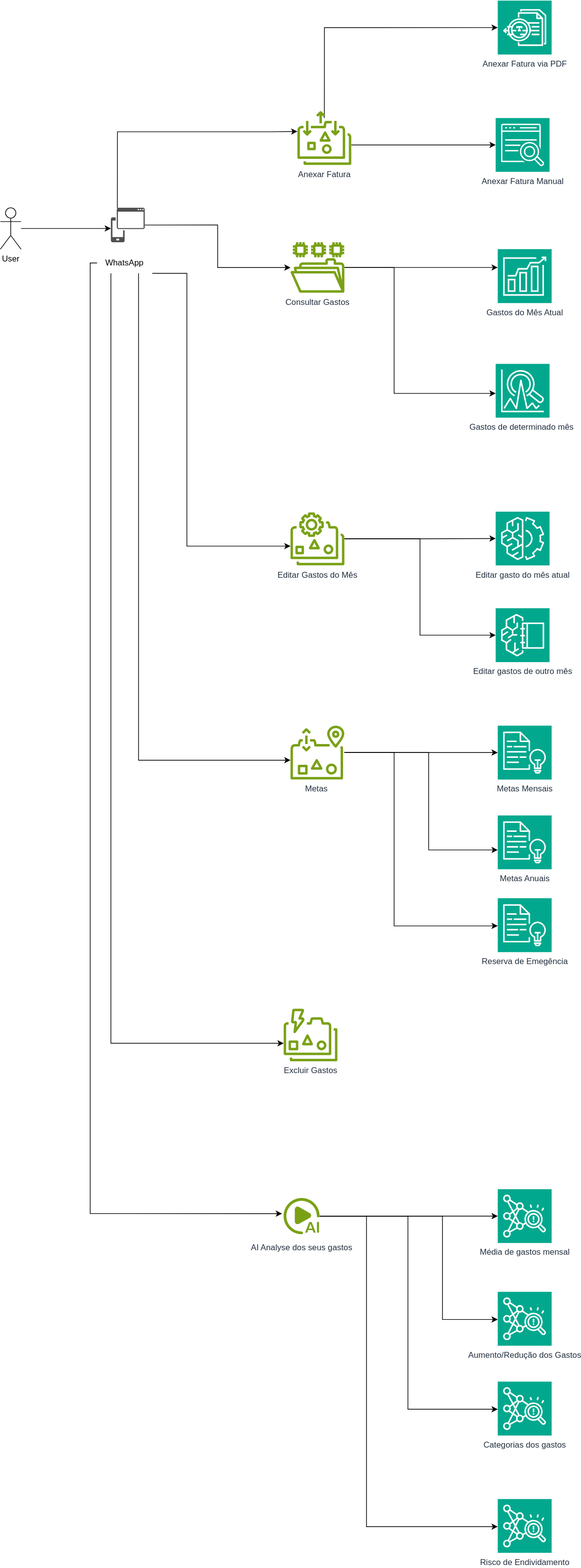
This is imgs/diagramFunctionalites.svg from alexandrelpgillet/Finantial.AI, a draw.io export, as it was before one commit. Source tidied: cells renumbered, new cells last; positions are measured from the earlier drawing's top-left corner, leaving out a move shared by most shapes.
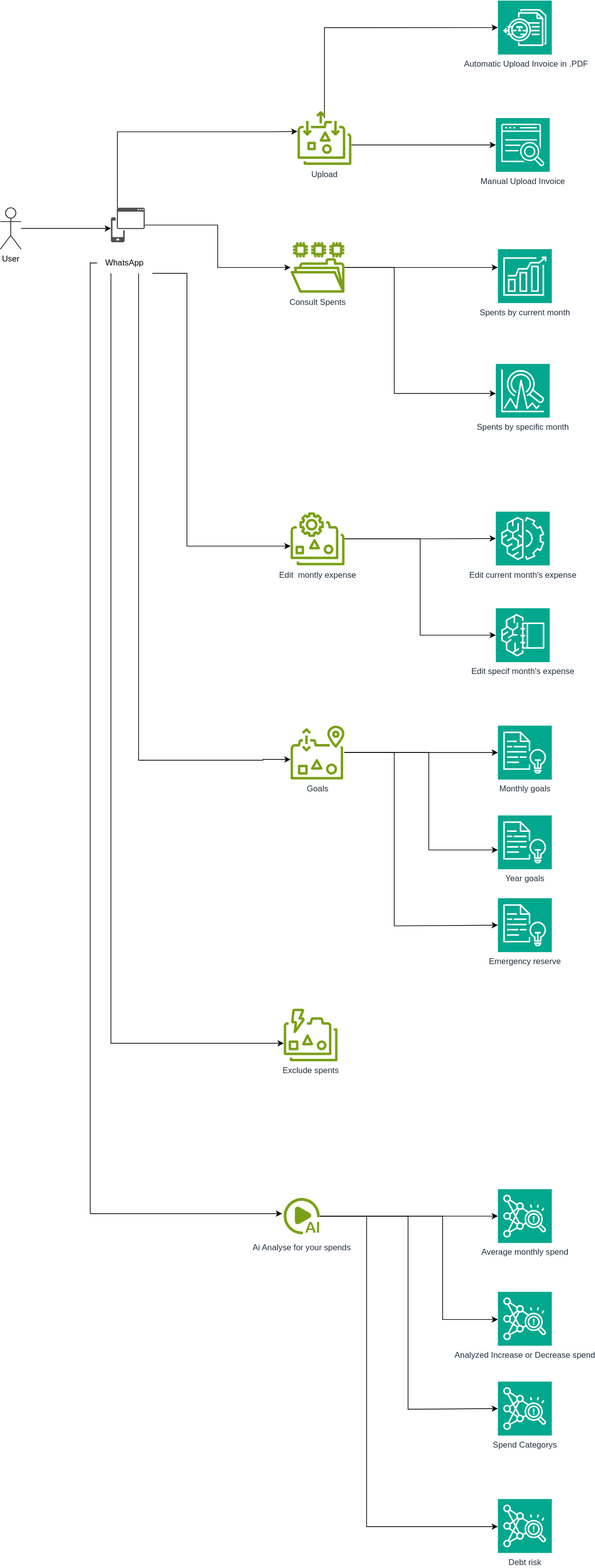
After the change.

Commit message:
update  diagram about the software's functionalities, switch language (OLD language = pt-br , NEW languague = EN )

Change to the diagram source:
```diff
@@ -86,3 +86,3 @@
     </mxCell>
-    <mxCell id="15" value="Consultar Gastos" style="sketch=0;outlineConnect=0;fontColor=#232F3E;gradientColor=none;fillColor=#7AA116;strokeColor=none;dashed=0;verticalLabelPosition=bottom;verticalAlign=top;align=center;html=1;fontSize=12;fontStyle=0;shape=mxgraph.aws4.file_system;rounded=1;arcSize=50;fontFamily=Helvetica;labelBackgroundColor=none;" parent="1" vertex="1">
+    <mxCell id="15" value="Consult Spents" style="sketch=0;outlineConnect=0;fontColor=#232F3E;gradientColor=none;fillColor=#7AA116;strokeColor=none;dashed=0;verticalLabelPosition=bottom;verticalAlign=top;align=center;html=1;fontSize=12;fontStyle=0;shape=mxgraph.aws4.file_system;rounded=1;arcSize=50;fontFamily=Helvetica;labelBackgroundColor=none;" parent="1" vertex="1">
       <mxGeometry x="420" y="350" width="78" height="73" as="geometry" />
@@ -95,27 +95,27 @@
     </mxCell>
-    <mxCell id="18" value="Editar Gastos do Mês" style="sketch=0;outlineConnect=0;fontColor=#232F3E;gradientColor=none;fillColor=#7AA116;strokeColor=none;dashed=0;verticalLabelPosition=bottom;verticalAlign=top;align=center;html=1;fontSize=12;fontStyle=0;shape=mxgraph.aws4.elastic_file_system_intelligent_tiering;rounded=1;arcSize=50;fontFamily=Helvetica;labelBackgroundColor=none;" parent="1" vertex="1">
+    <mxCell id="18" value="Edit&amp;nbsp; montly&amp;nbsp;expense" style="sketch=0;outlineConnect=0;fontColor=#232F3E;gradientColor=none;fillColor=#7AA116;strokeColor=none;dashed=0;verticalLabelPosition=bottom;verticalAlign=top;align=center;html=1;fontSize=12;fontStyle=0;shape=mxgraph.aws4.elastic_file_system_intelligent_tiering;rounded=1;arcSize=50;fontFamily=Helvetica;labelBackgroundColor=none;" parent="1" vertex="1">
       <mxGeometry x="420" y="741" width="78" height="77" as="geometry" />
     </mxCell>
-    <mxCell id="19" value="Anexar Fatura Manual" style="sketch=0;points=[[0,0,0],[0.25,0,0],[0.5,0,0],[0.75,0,0],[1,0,0],[0,1,0],[0.25,1,0],[0.5,1,0],[0.75,1,0],[1,1,0],[0,0.25,0],[0,0.5,0],[0,0.75,0],[1,0.25,0],[1,0.5,0],[1,0.75,0]];outlineConnect=0;fontColor=#232F3E;fillColor=#01A88D;strokeColor=#ffffff;dashed=0;verticalLabelPosition=bottom;verticalAlign=top;align=center;html=1;fontSize=12;fontStyle=0;shape=mxgraph.aws4.resourceIcon;resIcon=mxgraph.aws4.kendra;rounded=1;arcSize=50;fontFamily=Helvetica;labelBackgroundColor=none;" parent="1" vertex="1">
+    <mxCell id="19" value="Manual Upload Invoice" style="sketch=0;points=[[0,0,0],[0.25,0,0],[0.5,0,0],[0.75,0,0],[1,0,0],[0,1,0],[0.25,1,0],[0.5,1,0],[0.75,1,0],[1,1,0],[0,0.25,0],[0,0.5,0],[0,0.75,0],[1,0.25,0],[1,0.5,0],[1,0.75,0]];outlineConnect=0;fontColor=#232F3E;fillColor=#01A88D;strokeColor=#ffffff;dashed=0;verticalLabelPosition=bottom;verticalAlign=top;align=center;html=1;fontSize=12;fontStyle=0;shape=mxgraph.aws4.resourceIcon;resIcon=mxgraph.aws4.kendra;rounded=1;arcSize=50;fontFamily=Helvetica;labelBackgroundColor=none;" parent="1" vertex="1">
       <mxGeometry x="717" y="170" width="78" height="78" as="geometry" />
     </mxCell>
-    <mxCell id="20" value="Gastos do Mês Atual" style="sketch=0;fontColor=#232F3E;fillColor=#01A88D;strokeColor=#ffffff;dashed=0;verticalLabelPosition=bottom;verticalAlign=top;align=center;html=1;fontSize=12;fontStyle=0;shape=mxgraph.aws4.resourceIcon;resIcon=mxgraph.aws4.forecast;rounded=1;arcSize=50;fontFamily=Helvetica;labelBackgroundColor=none;" parent="1" vertex="1">
+    <mxCell id="20" value="Spents by current month" style="sketch=0;fontColor=#232F3E;fillColor=#01A88D;strokeColor=#ffffff;dashed=0;verticalLabelPosition=bottom;verticalAlign=top;align=center;html=1;fontSize=12;fontStyle=0;shape=mxgraph.aws4.resourceIcon;resIcon=mxgraph.aws4.forecast;rounded=1;arcSize=50;fontFamily=Helvetica;labelBackgroundColor=none;" parent="1" vertex="1">
       <mxGeometry x="720" y="360" width="78" height="78" as="geometry" />
     </mxCell>
-    <mxCell id="21" value="Anexar Fatura" style="sketch=0;fontColor=#232F3E;gradientColor=none;fillColor=#7AA116;strokeColor=none;dashed=0;verticalLabelPosition=bottom;verticalAlign=top;align=center;html=1;fontSize=12;fontStyle=0;shape=mxgraph.aws4.elastic_file_system_standard;rounded=1;arcSize=50;fontFamily=Helvetica;labelBackgroundColor=none;" parent="1" vertex="1">
+    <mxCell id="21" value="Upload" style="sketch=0;fontColor=#232F3E;gradientColor=none;fillColor=#7AA116;strokeColor=none;dashed=0;verticalLabelPosition=bottom;verticalAlign=top;align=center;html=1;fontSize=12;fontStyle=0;shape=mxgraph.aws4.elastic_file_system_standard;rounded=1;arcSize=50;fontFamily=Helvetica;labelBackgroundColor=none;" parent="1" vertex="1">
       <mxGeometry x="430" y="160" width="78" height="78" as="geometry" />
     </mxCell>
-    <mxCell id="22" value="Anexar Fatura via PDF" style="sketch=0;fontColor=#232F3E;fillColor=#01A88D;strokeColor=#ffffff;dashed=0;verticalLabelPosition=bottom;verticalAlign=top;align=center;html=1;fontSize=12;fontStyle=0;shape=mxgraph.aws4.resourceIcon;resIcon=mxgraph.aws4.textract;rounded=1;arcSize=50;fontFamily=Helvetica;labelBackgroundColor=none;" parent="1" vertex="1">
+    <mxCell id="22" value="&amp;nbsp;Automatic Upload Invoice in .PDF" style="sketch=0;fontColor=#232F3E;fillColor=#01A88D;strokeColor=#ffffff;dashed=0;verticalLabelPosition=bottom;verticalAlign=top;align=center;html=1;fontSize=12;fontStyle=0;shape=mxgraph.aws4.resourceIcon;resIcon=mxgraph.aws4.textract;rounded=1;arcSize=50;fontFamily=Helvetica;labelBackgroundColor=none;" parent="1" vertex="1">
       <mxGeometry x="720" width="78" height="78" as="geometry" />
     </mxCell>
-    <mxCell id="23" value="Gastos de determinado mês&amp;nbsp;" style="sketch=0;points=[[0,0,0],[0.25,0,0],[0.5,0,0],[0.75,0,0],[1,0,0],[0,1,0],[0.25,1,0],[0.5,1,0],[0.75,1,0],[1,1,0],[0,0.25,0],[0,0.5,0],[0,0.75,0],[1,0.25,0],[1,0.5,0],[1,0.75,0]];outlineConnect=0;fontColor=#232F3E;fillColor=#01A88D;strokeColor=#ffffff;dashed=0;verticalLabelPosition=bottom;verticalAlign=top;align=center;html=1;fontSize=12;fontStyle=0;shape=mxgraph.aws4.resourceIcon;resIcon=mxgraph.aws4.lookout_for_metrics;rounded=1;arcSize=50;fontFamily=Helvetica;labelBackgroundColor=none;" parent="1" vertex="1">
+    <mxCell id="23" value="Spents by specific month" style="sketch=0;points=[[0,0,0],[0.25,0,0],[0.5,0,0],[0.75,0,0],[1,0,0],[0,1,0],[0.25,1,0],[0.5,1,0],[0.75,1,0],[1,1,0],[0,0.25,0],[0,0.5,0],[0,0.75,0],[1,0.25,0],[1,0.5,0],[1,0.75,0]];outlineConnect=0;fontColor=#232F3E;fillColor=#01A88D;strokeColor=#ffffff;dashed=0;verticalLabelPosition=bottom;verticalAlign=top;align=center;html=1;fontSize=12;fontStyle=0;shape=mxgraph.aws4.resourceIcon;resIcon=mxgraph.aws4.lookout_for_metrics;rounded=1;arcSize=50;fontFamily=Helvetica;labelBackgroundColor=none;" parent="1" vertex="1">
       <mxGeometry x="717" y="526" width="78" height="78" as="geometry" />
     </mxCell>
-    <mxCell id="24" value="Editar gasto do mês atual" style="sketch=0;points=[[0,0,0],[0.25,0,0],[0.5,0,0],[0.75,0,0],[1,0,0],[0,1,0],[0.25,1,0],[0.5,1,0],[0.75,1,0],[1,1,0],[0,0.25,0],[0,0.5,0],[0,0.75,0],[1,0.25,0],[1,0.5,0],[1,0.75,0]];outlineConnect=0;fontColor=#232F3E;fillColor=#01A88D;strokeColor=#ffffff;dashed=0;verticalLabelPosition=bottom;verticalAlign=top;align=center;html=1;fontSize=12;fontStyle=0;shape=mxgraph.aws4.resourceIcon;resIcon=mxgraph.aws4.machine_learning;rounded=1;arcSize=50;fontFamily=Helvetica;labelBackgroundColor=none;" parent="1" vertex="1">
+    <mxCell id="24" value="Edit current month's expense" style="sketch=0;points=[[0,0,0],[0.25,0,0],[0.5,0,0],[0.75,0,0],[1,0,0],[0,1,0],[0.25,1,0],[0.5,1,0],[0.75,1,0],[1,1,0],[0,0.25,0],[0,0.5,0],[0,0.75,0],[1,0.25,0],[1,0.5,0],[1,0.75,0]];outlineConnect=0;fontColor=#232F3E;fillColor=#01A88D;strokeColor=#ffffff;dashed=0;verticalLabelPosition=bottom;verticalAlign=top;align=center;html=1;fontSize=12;fontStyle=0;shape=mxgraph.aws4.resourceIcon;resIcon=mxgraph.aws4.machine_learning;rounded=1;arcSize=50;fontFamily=Helvetica;labelBackgroundColor=none;" parent="1" vertex="1">
       <mxGeometry x="717" y="740" width="78" height="78" as="geometry" />
     </mxCell>
-    <mxCell id="25" value="Editar gastos de outro mês" style="sketch=0;points=[[0,0,0],[0.25,0,0],[0.5,0,0],[0.75,0,0],[1,0,0],[0,1,0],[0.25,1,0],[0.5,1,0],[0.75,1,0],[1,1,0],[0,0.25,0],[0,0.5,0],[0,0.75,0],[1,0.25,0],[1,0.5,0],[1,0.75,0]];outlineConnect=0;fontColor=#232F3E;fillColor=#01A88D;strokeColor=#ffffff;dashed=0;verticalLabelPosition=bottom;verticalAlign=top;align=center;html=1;fontSize=12;fontStyle=0;shape=mxgraph.aws4.resourceIcon;resIcon=mxgraph.aws4.sagemaker_studio_lab;rounded=1;arcSize=50;fontFamily=Helvetica;labelBackgroundColor=none;" parent="1" vertex="1">
+    <mxCell id="25" value="Edit specif month's expense" style="sketch=0;points=[[0,0,0],[0.25,0,0],[0.5,0,0],[0.75,0,0],[1,0,0],[0,1,0],[0.25,1,0],[0.5,1,0],[0.75,1,0],[1,1,0],[0,0.25,0],[0,0.5,0],[0,0.75,0],[1,0.25,0],[1,0.5,0],[1,0.75,0]];outlineConnect=0;fontColor=#232F3E;fillColor=#01A88D;strokeColor=#ffffff;dashed=0;verticalLabelPosition=bottom;verticalAlign=top;align=center;html=1;fontSize=12;fontStyle=0;shape=mxgraph.aws4.resourceIcon;resIcon=mxgraph.aws4.sagemaker_studio_lab;rounded=1;arcSize=50;fontFamily=Helvetica;labelBackgroundColor=none;" parent="1" vertex="1">
       <mxGeometry x="717" y="880" width="78" height="78" as="geometry" />
     </mxCell>
-    <mxCell id="26" value="Excluir Gastos" style="sketch=0;outlineConnect=0;fontColor=#232F3E;gradientColor=none;fillColor=#7AA116;strokeColor=none;dashed=0;verticalLabelPosition=bottom;verticalAlign=top;align=center;html=1;fontSize=12;fontStyle=0;shape=mxgraph.aws4.elastic_file_system_elastic_throughput;rounded=1;arcSize=50;fontFamily=Helvetica;labelBackgroundColor=none;" parent="1" vertex="1">
+    <mxCell id="26" value="Exclude spents" style="sketch=0;outlineConnect=0;fontColor=#232F3E;gradientColor=none;fillColor=#7AA116;strokeColor=none;dashed=0;verticalLabelPosition=bottom;verticalAlign=top;align=center;html=1;fontSize=12;fontStyle=0;shape=mxgraph.aws4.elastic_file_system_elastic_throughput;rounded=1;arcSize=50;fontFamily=Helvetica;labelBackgroundColor=none;" parent="1" vertex="1">
       <mxGeometry x="410" y="1460" width="78" height="76" as="geometry" />
@@ -142,12 +142,12 @@
     </mxCell>
-    <mxCell id="30" value="&lt;div&gt;&lt;span style=&quot;background-color: transparent; color: light-dark(rgb(35, 47, 62), rgb(189, 199, 212));&quot;&gt;Metas&amp;nbsp;&lt;/span&gt;&lt;/div&gt;" style="sketch=0;outlineConnect=0;fontColor=#232F3E;gradientColor=none;fillColor=#7AA116;strokeColor=none;dashed=0;verticalLabelPosition=bottom;verticalAlign=top;align=center;html=1;fontSize=12;fontStyle=0;shape=mxgraph.aws4.elastic_file_system_one_zone_infrequent_access;rounded=1;arcSize=50;fontFamily=Helvetica;labelBackgroundColor=none;" parent="1" vertex="1">
+    <mxCell id="30" value="&lt;div&gt;&lt;span style=&quot;background-color: transparent; color: light-dark(rgb(35, 47, 62), rgb(189, 199, 212));&quot;&gt;Goals&lt;/span&gt;&lt;/div&gt;" style="sketch=0;outlineConnect=0;fontColor=#232F3E;gradientColor=none;fillColor=#7AA116;strokeColor=none;dashed=0;verticalLabelPosition=bottom;verticalAlign=top;align=center;html=1;fontSize=12;fontStyle=0;shape=mxgraph.aws4.elastic_file_system_one_zone_infrequent_access;rounded=1;arcSize=50;fontFamily=Helvetica;labelBackgroundColor=none;" parent="1" vertex="1">
       <mxGeometry x="420" y="1050" width="78" height="78" as="geometry" />
     </mxCell>
-    <mxCell id="31" value="Metas Mensais" style="sketch=0;points=[[0,0,0],[0.25,0,0],[0.5,0,0],[0.75,0,0],[1,0,0],[0,1,0],[0.25,1,0],[0.5,1,0],[0.75,1,0],[1,1,0],[0,0.25,0],[0,0.5,0],[0,0.75,0],[1,0.25,0],[1,0.5,0],[1,0.75,0]];outlineConnect=0;fontColor=#232F3E;fillColor=#01A88D;strokeColor=#ffffff;dashed=0;verticalLabelPosition=bottom;verticalAlign=top;align=center;html=1;fontSize=12;fontStyle=0;shape=mxgraph.aws4.resourceIcon;resIcon=mxgraph.aws4.comprehend;rounded=1;arcSize=50;fontFamily=Helvetica;labelBackgroundColor=none;" parent="1" vertex="1">
+    <mxCell id="31" value="Monthly goals" style="sketch=0;points=[[0,0,0],[0.25,0,0],[0.5,0,0],[0.75,0,0],[1,0,0],[0,1,0],[0.25,1,0],[0.5,1,0],[0.75,1,0],[1,1,0],[0,0.25,0],[0,0.5,0],[0,0.75,0],[1,0.25,0],[1,0.5,0],[1,0.75,0]];outlineConnect=0;fontColor=#232F3E;fillColor=#01A88D;strokeColor=#ffffff;dashed=0;verticalLabelPosition=bottom;verticalAlign=top;align=center;html=1;fontSize=12;fontStyle=0;shape=mxgraph.aws4.resourceIcon;resIcon=mxgraph.aws4.comprehend;rounded=1;arcSize=50;fontFamily=Helvetica;labelBackgroundColor=none;" parent="1" vertex="1">
       <mxGeometry x="720" y="1050" width="78" height="78" as="geometry" />
     </mxCell>
-    <mxCell id="32" value="Reserva de Emegência&lt;div&gt;&lt;br&gt;&lt;/div&gt;" style="sketch=0;points=[[0,0,0],[0.25,0,0],[0.5,0,0],[0.75,0,0],[1,0,0],[0,1,0],[0.25,1,0],[0.5,1,0],[0.75,1,0],[1,1,0],[0,0.25,0],[0,0.5,0],[0,0.75,0],[1,0.25,0],[1,0.5,0],[1,0.75,0]];outlineConnect=0;fontColor=#232F3E;fillColor=#01A88D;strokeColor=#ffffff;dashed=0;verticalLabelPosition=bottom;verticalAlign=top;align=center;html=1;fontSize=12;fontStyle=0;shape=mxgraph.aws4.resourceIcon;resIcon=mxgraph.aws4.comprehend;rounded=1;arcSize=50;fontFamily=Helvetica;labelBackgroundColor=none;" parent="1" vertex="1">
+    <mxCell id="32" value="&lt;div&gt;Emergency reserve&lt;/div&gt;" style="sketch=0;points=[[0,0,0],[0.25,0,0],[0.5,0,0],[0.75,0,0],[1,0,0],[0,1,0],[0.25,1,0],[0.5,1,0],[0.75,1,0],[1,1,0],[0,0.25,0],[0,0.5,0],[0,0.75,0],[1,0.25,0],[1,0.5,0],[1,0.75,0]];outlineConnect=0;fontColor=#232F3E;fillColor=#01A88D;strokeColor=#ffffff;dashed=0;verticalLabelPosition=bottom;verticalAlign=top;align=center;html=1;fontSize=12;fontStyle=0;shape=mxgraph.aws4.resourceIcon;resIcon=mxgraph.aws4.comprehend;rounded=1;arcSize=50;fontFamily=Helvetica;labelBackgroundColor=none;" parent="1" vertex="1">
       <mxGeometry x="720" y="1300" width="78" height="78" as="geometry" />
     </mxCell>
-    <mxCell id="33" value="Metas Anuais" style="sketch=0;points=[[0,0,0],[0.25,0,0],[0.5,0,0],[0.75,0,0],[1,0,0],[0,1,0],[0.25,1,0],[0.5,1,0],[0.75,1,0],[1,1,0],[0,0.25,0],[0,0.5,0],[0,0.75,0],[1,0.25,0],[1,0.5,0],[1,0.75,0]];outlineConnect=0;fontColor=#232F3E;fillColor=#01A88D;strokeColor=#ffffff;dashed=0;verticalLabelPosition=bottom;verticalAlign=top;align=center;html=1;fontSize=12;fontStyle=0;shape=mxgraph.aws4.resourceIcon;resIcon=mxgraph.aws4.comprehend;rounded=1;arcSize=50;fontFamily=Helvetica;labelBackgroundColor=none;" parent="1" vertex="1">
+    <mxCell id="33" value="Year goals" style="sketch=0;points=[[0,0,0],[0.25,0,0],[0.5,0,0],[0.75,0,0],[1,0,0],[0,1,0],[0.25,1,0],[0.5,1,0],[0.75,1,0],[1,1,0],[0,0.25,0],[0,0.5,0],[0,0.75,0],[1,0.25,0],[1,0.5,0],[1,0.75,0]];outlineConnect=0;fontColor=#232F3E;fillColor=#01A88D;strokeColor=#ffffff;dashed=0;verticalLabelPosition=bottom;verticalAlign=top;align=center;html=1;fontSize=12;fontStyle=0;shape=mxgraph.aws4.resourceIcon;resIcon=mxgraph.aws4.comprehend;rounded=1;arcSize=50;fontFamily=Helvetica;labelBackgroundColor=none;" parent="1" vertex="1">
       <mxGeometry x="720" y="1180" width="78" height="78" as="geometry" />
@@ -186,12 +186,12 @@
     </mxCell>
-    <mxCell id="38" value="&lt;div&gt;&lt;br&gt;&lt;/div&gt;&lt;div&gt;&lt;br&gt;&lt;/div&gt;&lt;div&gt;&lt;br&gt;&lt;/div&gt;&lt;div&gt;&lt;br&gt;&lt;/div&gt;&lt;div&gt;AI Analyse dos seus gastos&lt;/div&gt;" style="points=[];html=1;align=center;shadow=0;dashed=0;fillColor=#7AA116;strokeColor=none;shape=mxgraph.alibaba_cloud.mps-ai;rounded=1;sketch=0;verticalAlign=top;arcSize=50;fontFamily=Helvetica;fontSize=12;fontColor=#232F3E;fontStyle=0;labelBackgroundColor=none;" parent="1" vertex="1">
+    <mxCell id="38" value="&lt;div&gt;&lt;br&gt;&lt;/div&gt;&lt;div&gt;&lt;br&gt;&lt;/div&gt;&lt;div&gt;&lt;br&gt;&lt;/div&gt;&lt;div&gt;&lt;br&gt;&lt;/div&gt;&lt;div&gt;Ai Analyse for your spends&lt;/div&gt;" style="points=[];html=1;align=center;shadow=0;dashed=0;fillColor=#7AA116;strokeColor=none;shape=mxgraph.alibaba_cloud.mps-ai;rounded=1;sketch=0;verticalAlign=top;arcSize=50;fontFamily=Helvetica;fontSize=12;fontColor=#232F3E;fontStyle=0;labelBackgroundColor=none;" parent="1" vertex="1">
       <mxGeometry x="410" y="1734" width="52.2" height="52.5" as="geometry" />
     </mxCell>
-    <mxCell id="39" value="&lt;div&gt;Média de gastos mensal&lt;/div&gt;" style="sketch=0;points=[[0,0,0],[0.25,0,0],[0.5,0,0],[0.75,0,0],[1,0,0],[0,1,0],[0.25,1,0],[0.5,1,0],[0.75,1,0],[1,1,0],[0,0.25,0],[0,0.5,0],[0,0.75,0],[1,0.25,0],[1,0.5,0],[1,0.75,0]];outlineConnect=0;fontColor=#232F3E;fillColor=#01A88D;strokeColor=#ffffff;dashed=0;verticalLabelPosition=bottom;verticalAlign=top;align=center;html=1;fontSize=12;fontStyle=0;shape=mxgraph.aws4.resourceIcon;resIcon=mxgraph.aws4.fraud_detector;rounded=1;arcSize=50;fontFamily=Helvetica;labelBackgroundColor=none;" parent="1" vertex="1">
+    <mxCell id="39" value="&lt;div&gt;Average monthly spend&lt;/div&gt;" style="sketch=0;points=[[0,0,0],[0.25,0,0],[0.5,0,0],[0.75,0,0],[1,0,0],[0,1,0],[0.25,1,0],[0.5,1,0],[0.75,1,0],[1,1,0],[0,0.25,0],[0,0.5,0],[0,0.75,0],[1,0.25,0],[1,0.5,0],[1,0.75,0]];outlineConnect=0;fontColor=#232F3E;fillColor=#01A88D;strokeColor=#ffffff;dashed=0;verticalLabelPosition=bottom;verticalAlign=top;align=center;html=1;fontSize=12;fontStyle=0;shape=mxgraph.aws4.resourceIcon;resIcon=mxgraph.aws4.fraud_detector;rounded=1;arcSize=50;fontFamily=Helvetica;labelBackgroundColor=none;" parent="1" vertex="1">
       <mxGeometry x="720" y="1721.2" width="78" height="78" as="geometry" />
     </mxCell>
-    <mxCell id="40" value="Aumento/Redução dos Gastos&lt;div&gt;&lt;br&gt;&lt;/div&gt;" style="sketch=0;points=[[0,0,0],[0.25,0,0],[0.5,0,0],[0.75,0,0],[1,0,0],[0,1,0],[0.25,1,0],[0.5,1,0],[0.75,1,0],[1,1,0],[0,0.25,0],[0,0.5,0],[0,0.75,0],[1,0.25,0],[1,0.5,0],[1,0.75,0]];outlineConnect=0;fontColor=#232F3E;fillColor=#01A88D;strokeColor=#ffffff;dashed=0;verticalLabelPosition=bottom;verticalAlign=top;align=center;html=1;fontSize=12;fontStyle=0;shape=mxgraph.aws4.resourceIcon;resIcon=mxgraph.aws4.fraud_detector;rounded=1;arcSize=50;fontFamily=Helvetica;labelBackgroundColor=none;" parent="1" vertex="1">
+    <mxCell id="40" value="&lt;div&gt;Analyzed Increase or Decrease spend&lt;/div&gt;" style="sketch=0;points=[[0,0,0],[0.25,0,0],[0.5,0,0],[0.75,0,0],[1,0,0],[0,1,0],[0.25,1,0],[0.5,1,0],[0.75,1,0],[1,1,0],[0,0.25,0],[0,0.5,0],[0,0.75,0],[1,0.25,0],[1,0.5,0],[1,0.75,0]];outlineConnect=0;fontColor=#232F3E;fillColor=#01A88D;strokeColor=#ffffff;dashed=0;verticalLabelPosition=bottom;verticalAlign=top;align=center;html=1;fontSize=12;fontStyle=0;shape=mxgraph.aws4.resourceIcon;resIcon=mxgraph.aws4.fraud_detector;rounded=1;arcSize=50;fontFamily=Helvetica;labelBackgroundColor=none;" parent="1" vertex="1">
       <mxGeometry x="720" y="1870" width="78" height="78" as="geometry" />
     </mxCell>
-    <mxCell id="41" value="&lt;div&gt;Categorias dos gastos&lt;/div&gt;" style="sketch=0;points=[[0,0,0],[0.25,0,0],[0.5,0,0],[0.75,0,0],[1,0,0],[0,1,0],[0.25,1,0],[0.5,1,0],[0.75,1,0],[1,1,0],[0,0.25,0],[0,0.5,0],[0,0.75,0],[1,0.25,0],[1,0.5,0],[1,0.75,0]];outlineConnect=0;fontColor=#232F3E;fillColor=#01A88D;strokeColor=#ffffff;dashed=0;verticalLabelPosition=bottom;verticalAlign=top;align=center;html=1;fontSize=12;fontStyle=0;shape=mxgraph.aws4.resourceIcon;resIcon=mxgraph.aws4.fraud_detector;rounded=1;arcSize=50;fontFamily=Helvetica;labelBackgroundColor=none;" parent="1" vertex="1">
+    <mxCell id="41" value="&lt;div&gt;Spend Categorys&lt;/div&gt;" style="sketch=0;points=[[0,0,0],[0.25,0,0],[0.5,0,0],[0.75,0,0],[1,0,0],[0,1,0],[0.25,1,0],[0.5,1,0],[0.75,1,0],[1,1,0],[0,0.25,0],[0,0.5,0],[0,0.75,0],[1,0.25,0],[1,0.5,0],[1,0.75,0]];outlineConnect=0;fontColor=#232F3E;fillColor=#01A88D;strokeColor=#ffffff;dashed=0;verticalLabelPosition=bottom;verticalAlign=top;align=center;html=1;fontSize=12;fontStyle=0;shape=mxgraph.aws4.resourceIcon;resIcon=mxgraph.aws4.fraud_detector;rounded=1;arcSize=50;fontFamily=Helvetica;labelBackgroundColor=none;" parent="1" vertex="1">
       <mxGeometry x="720" y="2000" width="78" height="78" as="geometry" />
@@ -201,3 +201,3 @@
     </mxCell>
-    <mxCell id="43" value="&lt;div&gt;Risco de Endividamento&lt;/div&gt;" style="sketch=0;points=[[0,0,0],[0.25,0,0],[0.5,0,0],[0.75,0,0],[1,0,0],[0,1,0],[0.25,1,0],[0.5,1,0],[0.75,1,0],[1,1,0],[0,0.25,0],[0,0.5,0],[0,0.75,0],[1,0.25,0],[1,0.5,0],[1,0.75,0]];outlineConnect=0;fontColor=#232F3E;fillColor=#01A88D;strokeColor=#ffffff;dashed=0;verticalLabelPosition=bottom;verticalAlign=top;align=center;html=1;fontSize=12;fontStyle=0;shape=mxgraph.aws4.resourceIcon;resIcon=mxgraph.aws4.fraud_detector;rounded=1;arcSize=50;fontFamily=Helvetica;labelBackgroundColor=none;" parent="1" vertex="1">
+    <mxCell id="43" value="&lt;div&gt;Debt risk&lt;/div&gt;" style="sketch=0;points=[[0,0,0],[0.25,0,0],[0.5,0,0],[0.75,0,0],[1,0,0],[0,1,0],[0.25,1,0],[0.5,1,0],[0.75,1,0],[1,1,0],[0,0.25,0],[0,0.5,0],[0,0.75,0],[1,0.25,0],[1,0.5,0],[1,0.75,0]];outlineConnect=0;fontColor=#232F3E;fillColor=#01A88D;strokeColor=#ffffff;dashed=0;verticalLabelPosition=bottom;verticalAlign=top;align=center;html=1;fontSize=12;fontStyle=0;shape=mxgraph.aws4.resourceIcon;resIcon=mxgraph.aws4.fraud_detector;rounded=1;arcSize=50;fontFamily=Helvetica;labelBackgroundColor=none;" parent="1" vertex="1">
       <mxGeometry x="720" y="2170" width="78" height="78" as="geometry" />
```
